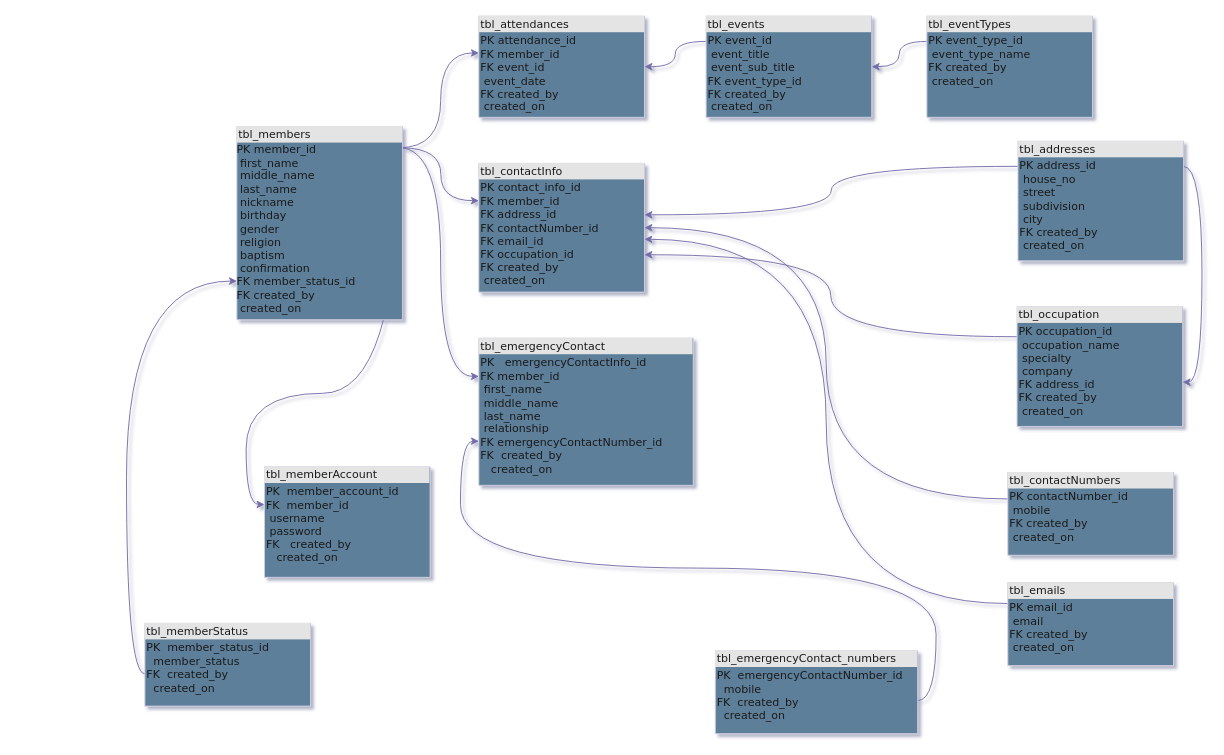
Before: BLD-App ERD.drawio in jbas1003/bld-app, a draw.io diagram. Source tidied: cells renumbered, new cells numbered last; positions are measured from the earlier drawing's top-left corner, leaving out a move shared by most shapes. Both pictures are drawn from the tidied source at 92%, with x=0, y=0 at pixel (144, 16).
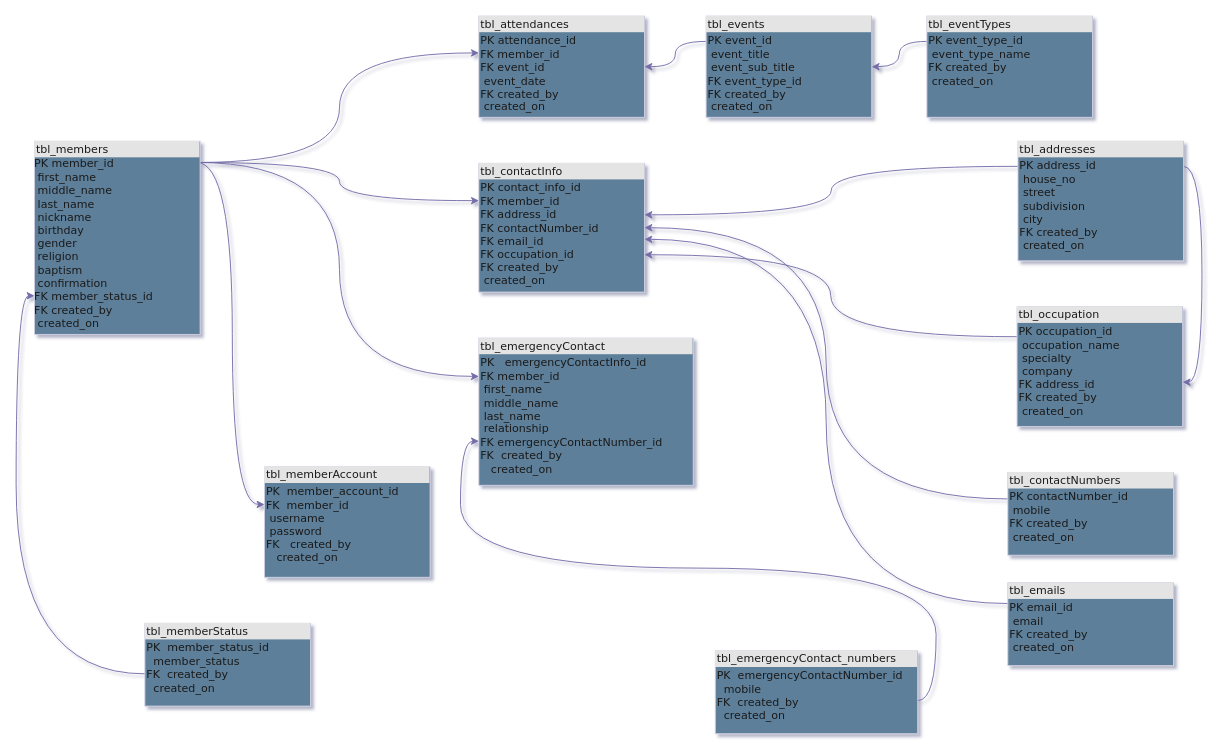
The same page after the edit.

The change refers to these unchanged cells:
```xml
<mxCell id="11" value="&lt;div style=&quot;box-sizing: border-box ; width: 100% ; background: #e4e4e4 ; padding: 2px&quot;&gt;tbl_contactInfo&lt;/div&gt;&lt;table style=&quot;width: 100% ; font-size: 1em&quot; cellpadding=&quot;2&quot; cellspacing=&quot;0&quot;&gt;&lt;tbody&gt;&lt;tr&gt;&lt;td&gt;PK&lt;span style=&quot;white-space: pre;&quot;&gt; &lt;/span&gt;contact_info_id&lt;br&gt;FK&lt;span style=&quot;white-space: pre;&quot;&gt; &lt;/span&gt;member_id&lt;br&gt;FK&lt;span style=&quot;white-space: pre;&quot;&gt; &lt;/span&gt;address_id&lt;br&gt;FK&lt;span style=&quot;white-space: pre;&quot;&gt; &lt;/span&gt;contactNumber_id&lt;br&gt;FK&lt;span style=&quot;white-space: pre;&quot;&gt; &lt;/span&gt;email_id&lt;br&gt;FK&lt;span style=&quot;white-space: pre;&quot;&gt; &lt;/span&gt;occupation_id&lt;br&gt;FK&lt;span style=&quot;white-space: pre;&quot;&gt; &lt;/span&gt;created_by&lt;br&gt;&lt;span style=&quot;white-space: pre;&quot;&gt; &lt;/span&gt;created_on&lt;br&gt;&lt;/td&gt;&lt;td&gt;&lt;/td&gt;&lt;/tr&gt;&lt;/tbody&gt;&lt;/table&gt;" style="verticalAlign=top;align=left;overflow=fill;html=1;rounded=0;shadow=0;comic=0;labelBackgroundColor=none;strokeWidth=1;fontFamily=Verdana;fontSize=12;points=[[0,0,0,0,0],[0,0.2,0,0,0],[0,0.29,0,0,0],[0,0.4,0,0,0],[0,0.5,0,0,0],[0,0.59,0,0,0],[0,0.71,0,0,0],[0,0.82,0,0,0],[0,1,0,0,0],[0.25,0,0,0,0],[0.25,1,0,0,0],[0.5,0,0,0,0],[0.5,1,0,0,0],[0.75,0,0,0,0],[0.75,1,0,0,0],[1,0,0,0,0],[1,0.2,0,0,0],[1,0.29,0,0,0],[1,0.4,0,0,0],[1,0.5,0,0,0],[1,0.59,0,0,0],[1,0.71,0,0,0],[1,0.82,0,0,0],[1,1,0,0,0]];fillColor=#5D7F99;strokeColor=#D0CEE2;fontColor=#1A1A1A;" parent="1" vertex="1">
  <mxGeometry x="363" y="160" width="180" height="140" as="geometry" />
</mxCell>
```

Change to the diagram source:
```diff
@@
-    <mxCell id="3" style="edgeStyle=orthogonalEdgeStyle;rounded=0;jettySize=auto;html=1;exitX=0.98;exitY=0.11;exitDx=0;exitDy=0;exitPerimeter=0;entryX=0;entryY=0.29;entryDx=0;entryDy=0;entryPerimeter=0;labelBackgroundColor=none;strokeColor=#736CA8;fontColor=default;curved=1;" parent="1" edge="1" target="11">
-      <mxGeometry relative="1" as="geometry">
-        <mxPoint x="279.4" y="143.1" as="sourcePoint" />
-      </mxGeometry>
+    <mxCell id="3" style="edgeStyle=orthogonalEdgeStyle;rounded=0;jettySize=auto;html=1;exitX=0.98;exitY=0.11;exitDx=0;exitDy=0;exitPerimeter=0;entryX=0;entryY=0.29;entryDx=0;entryDy=0;entryPerimeter=0;labelBackgroundColor=none;strokeColor=#736CA8;fontColor=default;curved=1;" parent="1" edge="1" source="6" target="11">
+      <mxGeometry relative="1" as="geometry" />
     </mxCell>
@@
     <mxCell id="6" value="&lt;div style=&quot;box-sizing:border-box;width:100%;background:#e4e4e4;padding:2px;&quot;&gt;tbl_members&lt;/div&gt;PK&lt;span style=&quot;white-space: pre;&quot;&gt; &lt;/span&gt;member_id&lt;br&gt;&lt;span style=&quot;white-space: pre;&quot;&gt; &lt;/span&gt;first_name&lt;br&gt;&lt;span style=&quot;white-space: pre;&quot;&gt; &lt;/span&gt;middle_name&lt;br&gt;&lt;span style=&quot;white-space: pre;&quot;&gt; &lt;/span&gt;last_name&lt;br&gt;&lt;span style=&quot;white-space: pre;&quot;&gt; &lt;/span&gt;nickname&lt;br&gt;&lt;span style=&quot;white-space: pre;&quot;&gt; &lt;/span&gt;birthday&lt;br&gt;&lt;span style=&quot;white-space: pre;&quot;&gt; &lt;/span&gt;gender&lt;br&gt;&lt;span style=&quot;white-space: pre;&quot;&gt; &lt;/span&gt;religion&lt;br&gt;&lt;span style=&quot;white-space: pre;&quot;&gt; &lt;/span&gt;baptism&lt;br&gt;&lt;span style=&quot;white-space: pre;&quot;&gt; &lt;/span&gt;confirmation&lt;br&gt;FK&lt;span style=&quot;white-space: pre;&quot;&gt; &lt;/span&gt;member_status_id&lt;br&gt;&lt;span style=&quot;white-space: pre;&quot;&gt;FK&lt;span style=&quot;white-space: pre;&quot;&gt; &lt;/span&gt;created_by&lt;br&gt;&lt;span style=&quot;white-space: pre;&quot;&gt; &lt;/span&gt;created_on &lt;/span&gt;" style="verticalAlign=top;align=left;overflow=fill;html=1;rounded=0;shadow=0;comic=0;labelBackgroundColor=none;strokeWidth=1;fontFamily=Verdana;fontSize=12;points=[[0,0,0,0,0],[0,0.11,0,0,0],[0,0.8,0,0,0],[0,0.88,0,0,0],[0,1,0,0,0],[0.25,0,0,0,0],[0.25,1,0,0,0],[0.5,0,0,0,0],[0.5,1,0,0,0],[0.75,0,0,0,0],[0.75,1,0,0,0],[0.98,0.11,0,0,0],[1,0,0,0,0],[1,0.8,0,0,0],[1,0.88,0,0,0],[1,1,0,0,0]];fillColor=#5D7F99;strokeColor=#D0CEE2;fontColor=#1A1A1A;" parent="1" vertex="1">
-      <mxGeometry x="100" y="120" width="180" height="210" as="geometry" />
+      <mxGeometry x="-120" y="136" width="180" height="210" as="geometry" />
     </mxCell>
```
